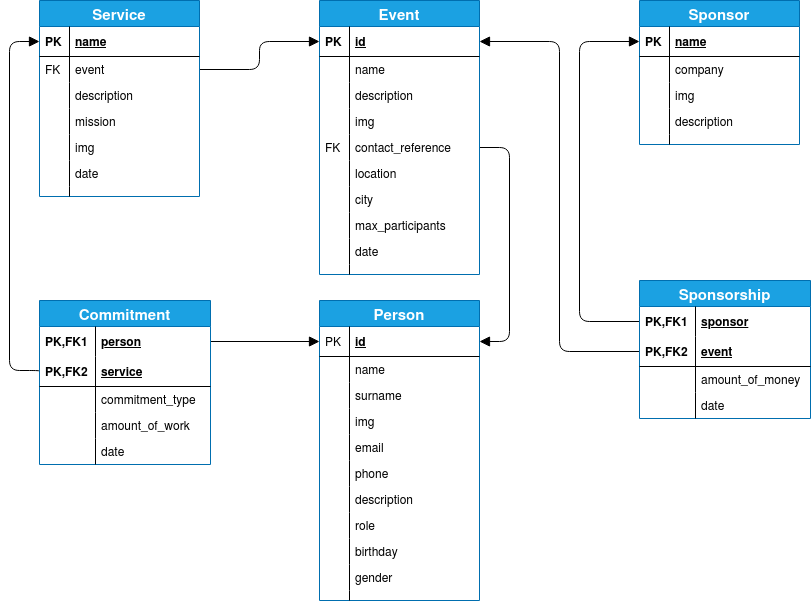
thestarivore/ramen_website keeps this draw.io diagram as nodejs-server/www/backend/ER_Logic.png. Above is the earlier version. Source tidied: cells renumbered, new cells last; positions are measured from the earlier drawing's top-left corner, leaving out a move shared by most shapes.
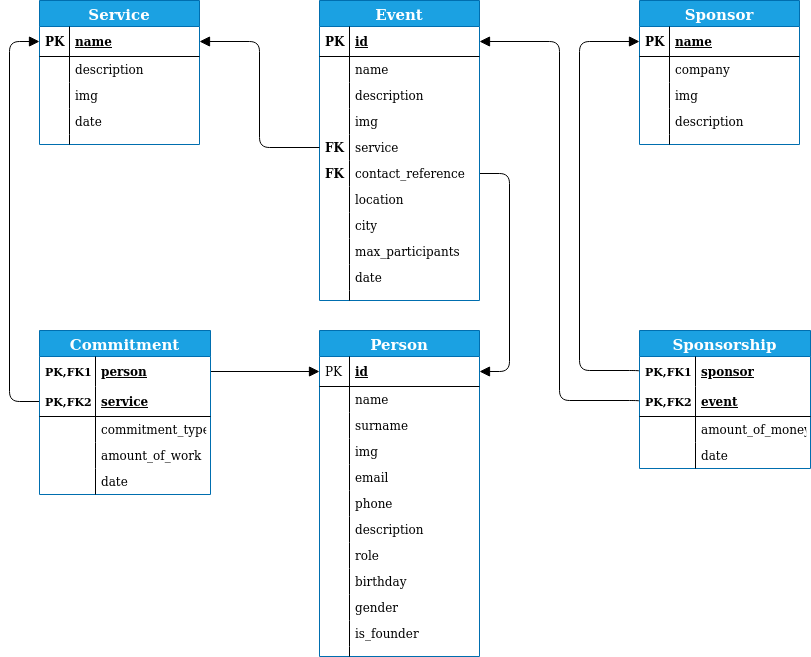
The same file after the commit.

What changed in the source:
```diff
@@ -7,3 +7,4 @@
         <Array as="points">
-          <mxPoint x="550" y="351" />
+          <mxPoint x="630" y="400" />
+          <mxPoint x="550" y="400" />
           <mxPoint x="550" y="41" />
@@ -15,3 +16,4 @@
         <Array as="points">
-          <mxPoint x="570" y="321" />
+          <mxPoint x="630" y="370" />
+          <mxPoint x="570" y="370" />
           <mxPoint x="570" y="41" />
@@ -23,5 +25,2 @@
     </mxCell>
-    <mxCell id="5" style="edgeStyle=orthogonalEdgeStyle;rounded=1;jumpStyle=none;jumpSize=2;jettySize=auto;html=1;exitX=1;exitY=0.5;exitDx=0;exitDy=0;entryX=0;entryY=0.5;entryDx=0;entryDy=0;endArrow=block;endFill=1;endSize=8;targetPerimeterSpacing=0;" parent="1" edge="1" source="43" target="9">
-      <mxGeometry relative="1" as="geometry" />
-    </mxCell>
     <mxCell id="6" style="edgeStyle=orthogonalEdgeStyle;rounded=1;jumpStyle=none;jumpSize=2;jettySize=auto;html=1;exitX=0;exitY=0.5;exitDx=0;exitDy=0;entryX=0;entryY=0.5;entryDx=0;entryDy=0;endArrow=block;endFill=1;endSize=8;targetPerimeterSpacing=0;" parent="1" edge="1" source="67" target="41">
@@ -29,3 +28,3 @@
         <Array as="points">
-          <mxPoint y="370" />
+          <mxPoint y="401" />
           <mxPoint y="41" />
@@ -37,4 +36,4 @@
         <Array as="points">
-          <mxPoint x="500" y="147" />
-          <mxPoint x="500" y="341" />
+          <mxPoint x="500" y="173" />
+          <mxPoint x="500" y="371" />
         </Array>
@@ -43,3 +42,3 @@
     <mxCell id="8" value="Event" style="swimlane;fontStyle=1;horizontal=1;startSize=26;align=center;fontSize=15;fillColor=#1ba1e2;strokeColor=#006EAF;fontColor=#ffffff;" parent="1" vertex="1">
-      <mxGeometry x="310" width="160" height="274" as="geometry" />
+      <mxGeometry x="310" width="160" height="300" as="geometry" />
     </mxCell>
@@ -69,6 +68,12 @@
     </mxCell>
+    <mxCell id="98" value="service" style="shape=partialRectangle;top=0;left=0;right=0;bottom=0;align=left;verticalAlign=top;fillColor=none;spacingLeft=34;spacingRight=4;overflow=hidden;points=[[0,0.5],[1,0.5]];portConstraint=eastwest;fontSize=12;" parent="8" vertex="1">
+      <mxGeometry y="134" width="160" height="26" as="geometry" />
+    </mxCell>
+    <mxCell id="44" value="FK" style="shape=partialRectangle;top=0;left=0;bottom=0;fillColor=none;align=left;verticalAlign=top;spacingLeft=4;spacingRight=4;overflow=hidden;fontSize=12;fontStyle=1;" parent="98" vertex="1">
+      <mxGeometry width="30" height="26" as="geometry" />
+    </mxCell>
     <mxCell id="17" value="contact_reference" style="shape=partialRectangle;top=0;left=0;right=0;bottom=0;align=left;verticalAlign=top;fillColor=none;spacingLeft=34;spacingRight=4;overflow=hidden;points=[[0,0.5],[1,0.5]];portConstraint=eastwest;fontSize=12;" parent="8" vertex="1">
-      <mxGeometry y="134" width="160" height="26" as="geometry" />
+      <mxGeometry y="160" width="160" height="26" as="geometry" />
     </mxCell>
-    <mxCell id="18" value="FK" style="shape=partialRectangle;top=0;left=0;bottom=0;fillColor=none;align=left;verticalAlign=top;spacingLeft=4;spacingRight=4;overflow=hidden;fontSize=12;" parent="17" vertex="1">
+    <mxCell id="18" value="FK" style="shape=partialRectangle;top=0;left=0;bottom=0;fillColor=none;align=left;verticalAlign=top;spacingLeft=4;spacingRight=4;overflow=hidden;fontSize=12;fontStyle=1;" parent="17" vertex="1">
       <mxGeometry width="30" height="26" as="geometry" />
@@ -76,3 +81,3 @@
     <mxCell id="19" value="location" style="shape=partialRectangle;top=0;left=0;right=0;bottom=0;align=left;verticalAlign=top;fillColor=none;spacingLeft=34;spacingRight=4;overflow=hidden;fontSize=12;" parent="8" vertex="1">
-      <mxGeometry y="160" width="160" height="26" as="geometry" />
+      <mxGeometry y="186" width="160" height="26" as="geometry" />
     </mxCell>
@@ -82,3 +87,3 @@
     <mxCell id="21" value="city" style="shape=partialRectangle;top=0;left=0;right=0;bottom=0;align=left;verticalAlign=top;fillColor=none;spacingLeft=34;spacingRight=4;overflow=hidden;fontSize=12;" parent="8" vertex="1">
-      <mxGeometry y="186" width="160" height="26" as="geometry" />
+      <mxGeometry y="212" width="160" height="26" as="geometry" />
     </mxCell>
@@ -88,3 +93,3 @@
     <mxCell id="23" value="max_participants" style="shape=partialRectangle;top=0;left=0;right=0;bottom=0;align=left;verticalAlign=top;fillColor=none;spacingLeft=34;spacingRight=4;overflow=hidden;fontSize=12;" parent="8" vertex="1">
-      <mxGeometry y="212" width="160" height="26" as="geometry" />
+      <mxGeometry y="238" width="160" height="26" as="geometry" />
     </mxCell>
@@ -94,3 +99,3 @@
     <mxCell id="25" value="date" style="shape=partialRectangle;top=0;left=0;right=0;bottom=0;align=left;verticalAlign=top;fillColor=none;spacingLeft=34;spacingRight=4;overflow=hidden;fontSize=12;" parent="8" vertex="1">
-      <mxGeometry y="238" width="160" height="26" as="geometry" />
+      <mxGeometry y="264" width="160" height="26" as="geometry" />
     </mxCell>
@@ -100,3 +105,3 @@
     <mxCell id="27" style="shape=partialRectangle;top=0;left=0;right=0;bottom=0;align=left;verticalAlign=top;fillColor=none;spacingLeft=34;spacingRight=4;overflow=hidden;fontSize=12;" parent="8" vertex="1">
-      <mxGeometry y="264" width="160" height="10" as="geometry" />
+      <mxGeometry y="290" width="160" height="10" as="geometry" />
     </mxCell>
@@ -139,3 +144,3 @@
     <mxCell id="40" value="Service" style="swimlane;fontStyle=1;horizontal=1;startSize=26;align=center;fontSize=15;fillColor=#1ba1e2;strokeColor=#006EAF;fontColor=#ffffff;" parent="1" vertex="1">
-      <mxGeometry x="30" width="160" height="196" as="geometry" />
+      <mxGeometry x="30" width="160" height="144" as="geometry" />
     </mxCell>
@@ -147,10 +152,4 @@
     </mxCell>
-    <mxCell id="43" value="event" style="shape=partialRectangle;top=0;left=0;right=0;bottom=0;align=left;verticalAlign=top;fillColor=none;spacingLeft=34;spacingRight=4;overflow=hidden;points=[[0,0.5],[1,0.5]];portConstraint=eastwest;fontSize=12;" parent="40" vertex="1">
-      <mxGeometry y="56" width="160" height="26" as="geometry" />
-    </mxCell>
-    <mxCell id="44" value="FK" style="shape=partialRectangle;top=0;left=0;bottom=0;fillColor=none;align=left;verticalAlign=top;spacingLeft=4;spacingRight=4;overflow=hidden;fontSize=12;" parent="43" vertex="1">
-      <mxGeometry width="30" height="26" as="geometry" />
-    </mxCell>
     <mxCell id="45" value="description" style="shape=partialRectangle;top=0;left=0;right=0;bottom=0;align=left;verticalAlign=top;fillColor=none;spacingLeft=34;spacingRight=4;overflow=hidden;fontSize=12;" parent="40" vertex="1">
-      <mxGeometry y="82" width="160" height="26" as="geometry" />
+      <mxGeometry y="56" width="160" height="26" as="geometry" />
     </mxCell>
@@ -159,10 +158,4 @@
     </mxCell>
-    <mxCell id="47" value="mission" style="shape=partialRectangle;top=0;left=0;right=0;bottom=0;align=left;verticalAlign=top;fillColor=none;spacingLeft=34;spacingRight=4;overflow=hidden;fontSize=12;" parent="40" vertex="1">
-      <mxGeometry y="108" width="160" height="26" as="geometry" />
-    </mxCell>
-    <mxCell id="48" style="shape=partialRectangle;top=0;left=0;bottom=0;fillColor=none;align=left;verticalAlign=top;spacingLeft=4;spacingRight=4;overflow=hidden;fontSize=12;" parent="47" vertex="1">
-      <mxGeometry width="30" height="26" as="geometry" />
-    </mxCell>
     <mxCell id="49" value="img" style="shape=partialRectangle;top=0;left=0;right=0;bottom=0;align=left;verticalAlign=top;fillColor=none;spacingLeft=34;spacingRight=4;overflow=hidden;fontSize=12;" parent="40" vertex="1">
-      <mxGeometry y="134" width="160" height="26" as="geometry" />
+      <mxGeometry y="82" width="160" height="26" as="geometry" />
     </mxCell>
@@ -172,9 +165,9 @@
     <mxCell id="51" value="date" style="shape=partialRectangle;top=0;left=0;right=0;bottom=0;align=left;verticalAlign=top;fillColor=none;spacingLeft=34;spacingRight=4;overflow=hidden;fontSize=12;" parent="40" vertex="1">
-      <mxGeometry y="160" width="160" height="26" as="geometry" />
+      <mxGeometry y="108" width="160" height="26" as="geometry" />
     </mxCell>
-    <mxCell id="52" style="shape=partialRectangle;top=0;left=0;bottom=0;fillColor=none;align=left;verticalAlign=top;spacingLeft=4;spacingRight=4;overflow=hidden;fontSize=12;" parent="51" vertex="1">
-      <mxGeometry width="30" height="26" as="geometry" />
-    </mxCell>
+    <mxCell id="99" style="shape=partialRectangle;top=0;left=0;bottom=0;fillColor=none;align=left;verticalAlign=top;spacingLeft=4;spacingRight=4;overflow=hidden;fontSize=12;" parent="51" vertex="1">
+      <mxGeometry width="30" height="26" as="geometry" />
+    </mxCell>
     <mxCell id="53" style="shape=partialRectangle;top=0;left=0;right=0;bottom=0;align=left;verticalAlign=top;fillColor=none;spacingLeft=34;spacingRight=4;overflow=hidden;fontSize=12;" parent="40" vertex="1">
-      <mxGeometry y="186" width="160" height="10" as="geometry" />
+      <mxGeometry y="134" width="160" height="10" as="geometry" />
     </mxCell>
@@ -183,31 +176,7 @@
     </mxCell>
-    <mxCell id="55" value="Sponsorship" style="swimlane;fontStyle=1;horizontal=1;startSize=26;align=center;fontSize=15;fillColor=#1ba1e2;strokeColor=#006EAF;fontColor=#ffffff;" parent="1" vertex="1">
-      <mxGeometry x="630" y="280" width="171" height="138" as="geometry" />
-    </mxCell>
-    <mxCell id="56" value="sponsor" style="shape=partialRectangle;top=0;left=0;right=0;bottom=0;align=left;verticalAlign=middle;fillColor=none;spacingLeft=60;spacingRight=4;overflow=hidden;points=[[0,0.5],[1,0.5]];portConstraint=eastwest;fontStyle=5;fontSize=12;" parent="55" vertex="1">
-      <mxGeometry y="26" width="171" height="30" as="geometry" />
-    </mxCell>
-    <mxCell id="57" value="PK,FK1" style="shape=partialRectangle;fontStyle=1;top=0;left=0;bottom=0;fillColor=none;align=left;verticalAlign=middle;spacingLeft=4;spacingRight=4;overflow=hidden;fontSize=12;" parent="56" vertex="1">
-      <mxGeometry width="56" height="30" as="geometry" />
-    </mxCell>
-    <mxCell id="58" value="event" style="shape=partialRectangle;top=0;left=0;right=0;bottom=1;align=left;verticalAlign=middle;fillColor=none;spacingLeft=60;spacingRight=4;overflow=hidden;points=[[0,0.5],[1,0.5]];portConstraint=eastwest;fontStyle=5;fontSize=12;" parent="55" vertex="1">
-      <mxGeometry y="56" width="171" height="30" as="geometry" />
-    </mxCell>
-    <mxCell id="59" value="PK,FK2" style="shape=partialRectangle;fontStyle=1;top=0;left=0;bottom=0;fillColor=none;align=left;verticalAlign=middle;spacingLeft=4;spacingRight=4;overflow=hidden;fontSize=12;" parent="58" vertex="1">
-      <mxGeometry width="56" height="30" as="geometry" />
-    </mxCell>
-    <mxCell id="60" value="amount_of_money" style="shape=partialRectangle;top=0;left=0;right=0;bottom=0;align=left;verticalAlign=top;fillColor=none;spacingLeft=60;spacingRight=4;overflow=hidden;fontSize=12;" parent="55" vertex="1">
-      <mxGeometry y="86" width="171" height="26" as="geometry" />
-    </mxCell>
-    <mxCell id="61" style="shape=partialRectangle;top=0;left=0;bottom=0;fillColor=none;align=left;verticalAlign=top;spacingLeft=4;spacingRight=4;overflow=hidden;fontSize=12;" parent="60" vertex="1">
-      <mxGeometry width="56" height="26" as="geometry" />
-    </mxCell>
-    <mxCell id="62" value="date" style="shape=partialRectangle;top=0;left=0;right=0;bottom=0;align=left;verticalAlign=top;fillColor=none;spacingLeft=60;spacingRight=4;overflow=hidden;fontSize=12;" parent="55" vertex="1">
-      <mxGeometry y="112" width="171" height="26" as="geometry" />
-    </mxCell>
-    <mxCell id="63" style="shape=partialRectangle;top=0;left=0;bottom=0;fillColor=none;align=left;verticalAlign=top;spacingLeft=4;spacingRight=4;overflow=hidden;fontSize=12;" parent="62" vertex="1">
-      <mxGeometry width="56" height="26" as="geometry" />
-    </mxCell>
+    <mxCell id="5" style="edgeStyle=orthogonalEdgeStyle;rounded=1;jumpStyle=none;jumpSize=2;jettySize=auto;html=1;exitX=0;exitY=0.5;exitDx=0;exitDy=0;entryX=1;entryY=0.5;entryDx=0;entryDy=0;endArrow=block;endFill=1;endSize=8;targetPerimeterSpacing=0;" parent="1" edge="1" source="98" target="41">
+      <mxGeometry relative="1" as="geometry" />
+    </mxCell>
     <mxCell id="64" value="Commitment" style="swimlane;fontStyle=1;horizontal=1;startSize=26;align=center;fontSize=15;fillColor=#1ba1e2;strokeColor=#006EAF;fontColor=#ffffff;" parent="1" vertex="1">
-      <mxGeometry x="30" y="300" width="171" height="164" as="geometry" />
+      <mxGeometry x="30" y="330" width="171" height="164" as="geometry" />
     </mxCell>
@@ -216,3 +185,3 @@
     </mxCell>
-    <mxCell id="66" value="PK,FK1" style="shape=partialRectangle;fontStyle=1;top=0;left=0;bottom=0;fillColor=none;align=left;verticalAlign=middle;spacingLeft=4;spacingRight=4;overflow=hidden;fontSize=12;" parent="65" vertex="1">
+    <mxCell id="66" value="PK,FK1" style="shape=partialRectangle;fontStyle=1;top=0;left=0;bottom=0;fillColor=none;align=left;verticalAlign=middle;spacingLeft=4;spacingRight=4;overflow=hidden;fontSize=11;" parent="65" vertex="1">
       <mxGeometry width="56" height="30" as="geometry" />
@@ -222,3 +191,3 @@
     </mxCell>
-    <mxCell id="68" value="PK,FK2" style="shape=partialRectangle;fontStyle=1;top=0;left=0;bottom=0;fillColor=none;align=left;verticalAlign=middle;spacingLeft=4;spacingRight=4;overflow=hidden;fontSize=12;" parent="67" vertex="1">
+    <mxCell id="68" value="PK,FK2" style="shape=partialRectangle;fontStyle=1;top=0;left=0;bottom=0;fillColor=none;align=left;verticalAlign=middle;spacingLeft=4;spacingRight=4;overflow=hidden;fontSize=11;" parent="67" vertex="1">
       <mxGeometry width="56" height="30" as="geometry" />
@@ -244,3 +213,3 @@
     <mxCell id="75" value="Person" style="swimlane;fontStyle=1;horizontal=1;startSize=26;align=center;fontSize=15;fillColor=#1ba1e2;strokeColor=#006EAF;fontColor=#ffffff;" parent="1" vertex="1">
-      <mxGeometry x="310" y="300" width="160" height="300" as="geometry" />
+      <mxGeometry x="310" y="330" width="160" height="326" as="geometry" />
     </mxCell>
@@ -306,4 +275,10 @@
     </mxCell>
+    <mxCell id="100" value="is_founder" style="shape=partialRectangle;top=0;left=0;right=0;bottom=0;align=left;verticalAlign=top;fillColor=none;spacingLeft=34;spacingRight=4;overflow=hidden;fontSize=12;" parent="75" vertex="1">
+      <mxGeometry y="290" width="160" height="26" as="geometry" />
+    </mxCell>
+    <mxCell id="101" style="shape=partialRectangle;top=0;left=0;bottom=0;fillColor=none;align=left;verticalAlign=top;spacingLeft=4;spacingRight=4;overflow=hidden;fontSize=12;" parent="100" vertex="1">
+      <mxGeometry width="30" height="26" as="geometry" />
+    </mxCell>
     <mxCell id="96" style="shape=partialRectangle;top=0;left=0;right=0;bottom=0;align=left;verticalAlign=top;fillColor=none;spacingLeft=34;spacingRight=4;overflow=hidden;fontSize=12;" parent="75" vertex="1">
-      <mxGeometry y="290" width="160" height="10" as="geometry" />
+      <mxGeometry y="316" width="160" height="10" as="geometry" />
     </mxCell>
@@ -312,2 +287,29 @@
     </mxCell>
+    <mxCell id="55" value="Sponsorship" style="swimlane;fontStyle=1;horizontal=1;startSize=26;align=center;fontSize=15;fillColor=#1ba1e2;strokeColor=#006EAF;fontColor=#ffffff;" parent="1" vertex="1">
+      <mxGeometry x="630" y="330" width="171" height="138" as="geometry" />
+    </mxCell>
+    <mxCell id="56" value="sponsor" style="shape=partialRectangle;top=0;left=0;right=0;bottom=0;align=left;verticalAlign=middle;fillColor=none;spacingLeft=60;spacingRight=4;overflow=hidden;points=[[0,0.5],[1,0.5]];portConstraint=eastwest;fontStyle=5;fontSize=12;" parent="55" vertex="1">
+      <mxGeometry y="26" width="171" height="30" as="geometry" />
+    </mxCell>
+    <mxCell id="57" value="PK,FK1" style="shape=partialRectangle;fontStyle=1;top=0;left=0;bottom=0;fillColor=none;align=left;verticalAlign=middle;spacingLeft=4;spacingRight=4;overflow=hidden;fontSize=11;" parent="56" vertex="1">
+      <mxGeometry width="56" height="30" as="geometry" />
+    </mxCell>
+    <mxCell id="58" value="event" style="shape=partialRectangle;top=0;left=0;right=0;bottom=1;align=left;verticalAlign=middle;fillColor=none;spacingLeft=60;spacingRight=4;overflow=hidden;points=[[0,0.5],[1,0.5]];portConstraint=eastwest;fontStyle=5;fontSize=12;" parent="55" vertex="1">
+      <mxGeometry y="56" width="171" height="30" as="geometry" />
+    </mxCell>
+    <mxCell id="59" value="PK,FK2" style="shape=partialRectangle;fontStyle=1;top=0;left=0;bottom=0;fillColor=none;align=left;verticalAlign=middle;spacingLeft=4;spacingRight=4;overflow=hidden;fontSize=11;" parent="58" vertex="1">
+      <mxGeometry width="56" height="30" as="geometry" />
+    </mxCell>
+    <mxCell id="60" value="amount_of_money" style="shape=partialRectangle;top=0;left=0;right=0;bottom=0;align=left;verticalAlign=top;fillColor=none;spacingLeft=60;spacingRight=4;overflow=hidden;fontSize=12;" parent="55" vertex="1">
+      <mxGeometry y="86" width="171" height="26" as="geometry" />
+    </mxCell>
+    <mxCell id="61" style="shape=partialRectangle;top=0;left=0;bottom=0;fillColor=none;align=left;verticalAlign=top;spacingLeft=4;spacingRight=4;overflow=hidden;fontSize=12;" parent="60" vertex="1">
+      <mxGeometry width="56" height="26" as="geometry" />
+    </mxCell>
+    <mxCell id="62" value="date" style="shape=partialRectangle;top=0;left=0;right=0;bottom=0;align=left;verticalAlign=top;fillColor=none;spacingLeft=60;spacingRight=4;overflow=hidden;fontSize=12;" parent="55" vertex="1">
+      <mxGeometry y="112" width="171" height="26" as="geometry" />
+    </mxCell>
+    <mxCell id="63" style="shape=partialRectangle;top=0;left=0;bottom=0;fillColor=none;align=left;verticalAlign=top;spacingLeft=4;spacingRight=4;overflow=hidden;fontSize=12;" parent="62" vertex="1">
+      <mxGeometry width="56" height="26" as="geometry" />
+    </mxCell>
   </root>
```
